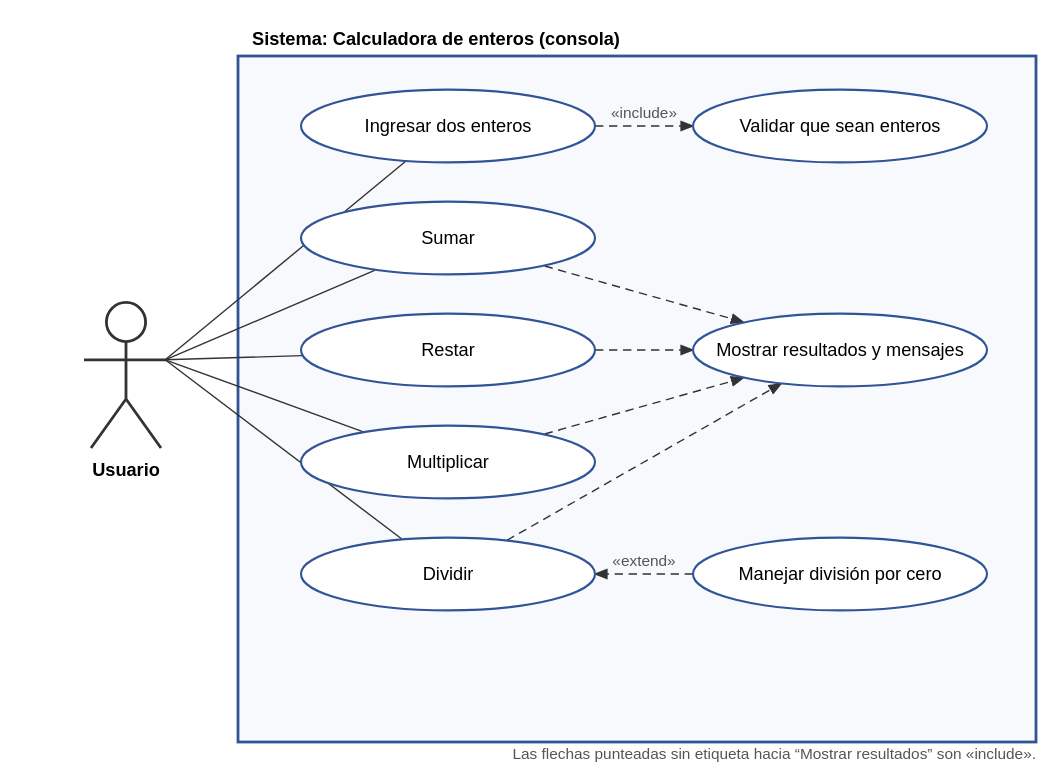
This is docs/casos_de_uso.svg from pxrd00-67/Estadistica, a PlantUML export, as it was before one commit. Its source is kept beside it as docs/casos_de_uso.puml.
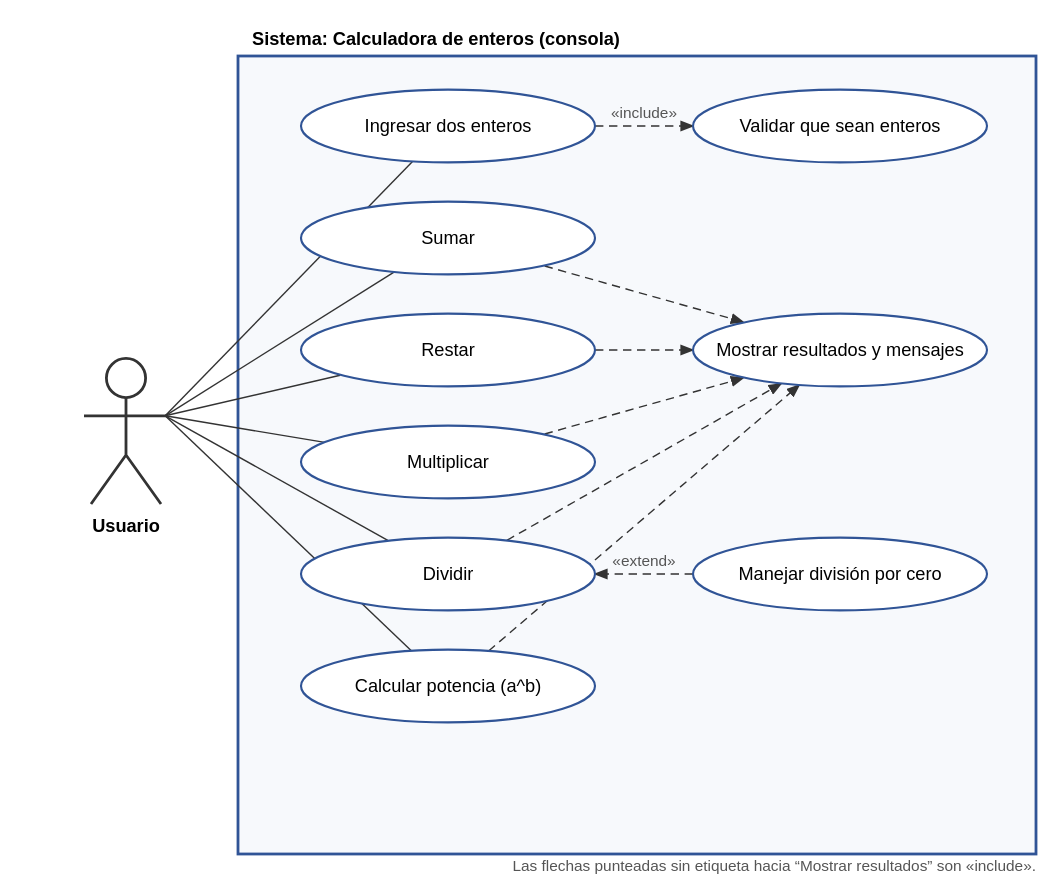
After the commit.

Commit message:
v1.1: agrega operación potencia (CR-001) con ciclo for, pruebas y gestión del cambio

What changed in the source:
```diff
@@ -8,6 +8,7 @@
   usecase "Restar" as UC3
   usecase "Multiplicar" as UC4
   usecase "Dividir" as UC5
+  usecase "Calcular potencia (a^b)" as UC9
   usecase "Manejar división por cero" as UC7
   usecase "Mostrar resultados y mensajes" as UC6
 }
@@ -16,10 +17,12 @@
 U --> UC3
 U --> UC4
 U --> UC5
+U --> UC9
 UC1 ..> UC8 : <<include>>
 UC7 ..> UC5 : <<extend>>
 UC2 ..> UC6 : <<include>>
 UC3 ..> UC6 : <<include>>
 UC4 ..> UC6 : <<include>>
 UC5 ..> UC6 : <<include>>
+UC9 ..> UC6 : <<include>>
 @enduml
```
